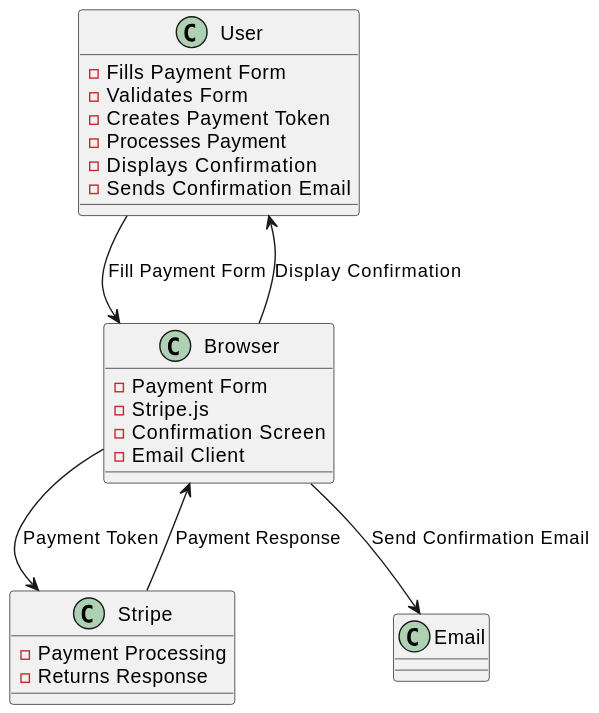
Above: docs/browser-data-flow.svg in PaulWheatcroft/payment (PlantUML), before the change.
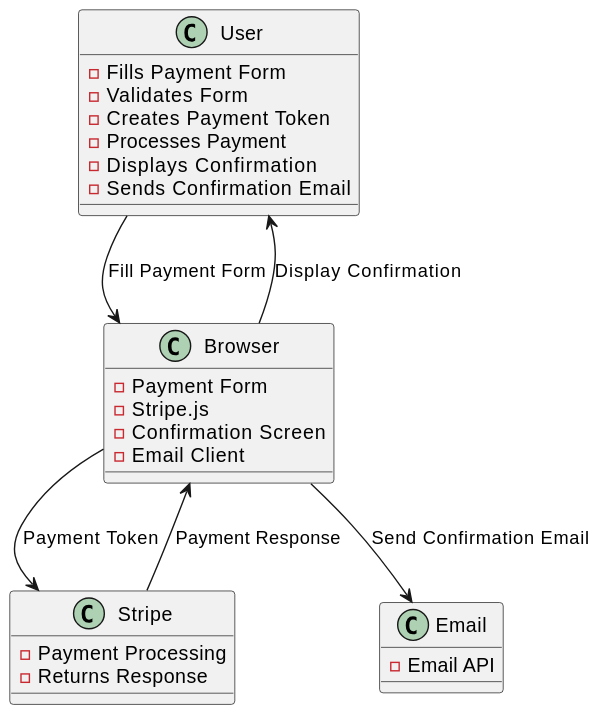
The same file after the commit.

The edit, as a diff of the source:
```diff
@@ -22,6 +22,10 @@
   - Returns Response
 }
 
+RECTANGLE Email {
+  - Email API
+}
+
 User --> Browser : Fill Payment Form
 Browser --> Stripe : Payment Token
 Stripe --> Browser : Payment Response
```
